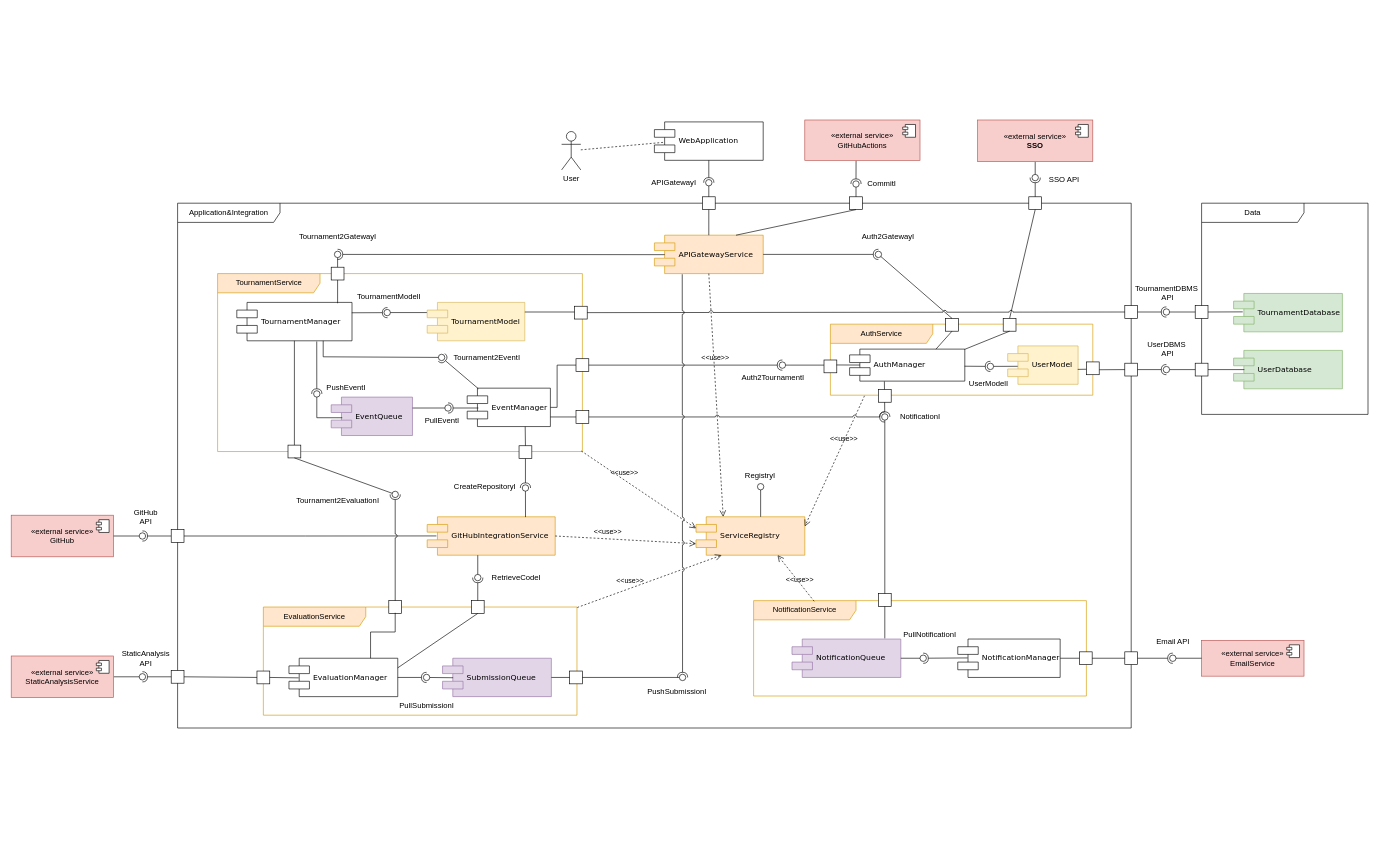
TommasoCapacci/SEII-2024-Capacci-Ginestroni keeps this draw.io diagram as DD/Diagrams/component_diagram.drawio. Above is the earlier version. Source tidied: cells renumbered, new cells numbered last; positions are measured from the earlier drawing's top-left corner, leaving out a move shared by most shapes. Both pictures are drawn from the tidied source at 64%, with x=0, y=0 at pixel (11, 11).
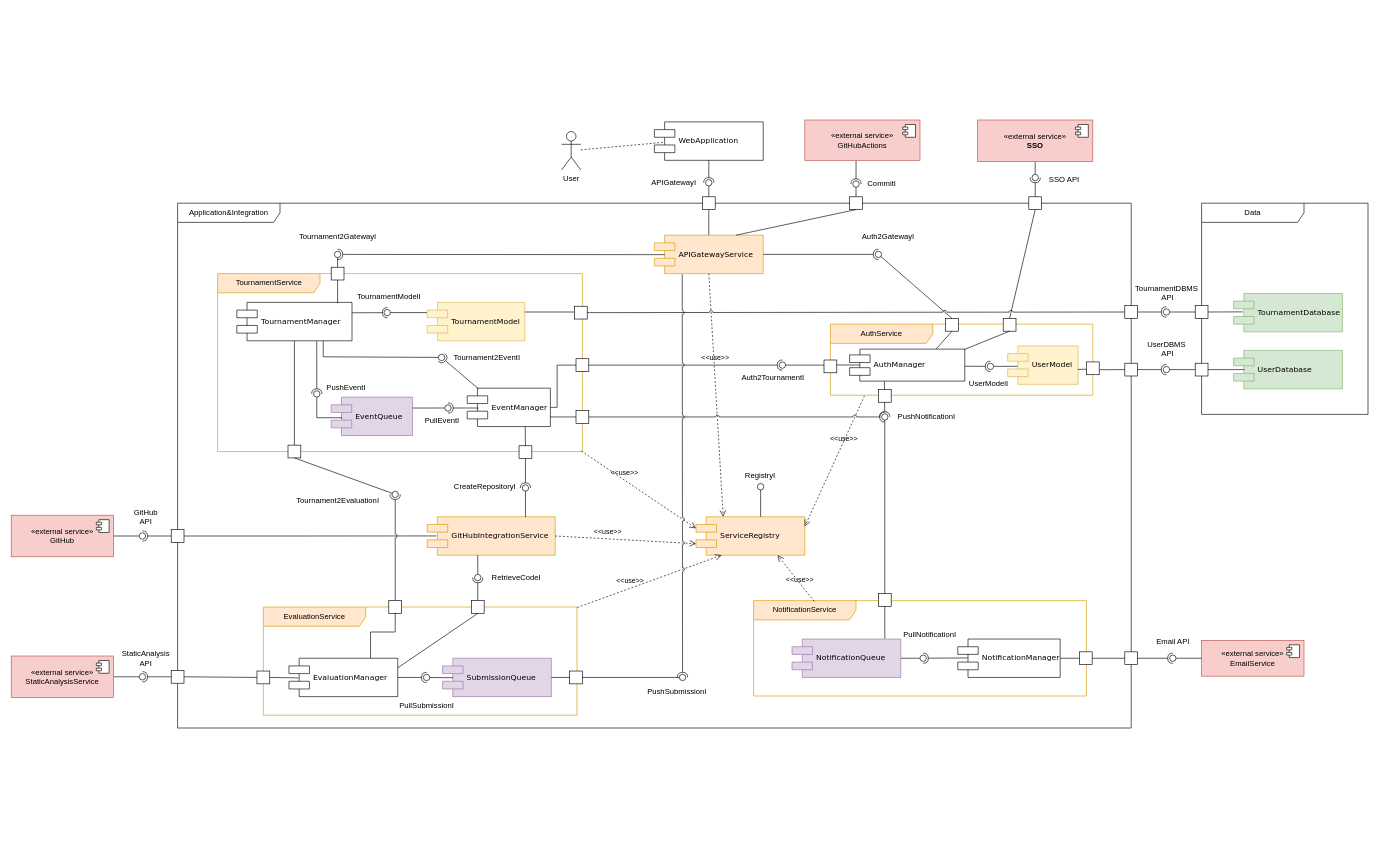
Above is the later version.

Commit message (it also covers changes not shown here):
changed interface name

Unchanged cells that the change refers to:
```xml
<mxCell id="3" value="Application&amp;amp;Integration" style="shape=umlFrame;whiteSpace=wrap;html=1;width=160;" parent="1" vertex="1">
  <mxGeometry x="260" y="300" width="1490" height="820" as="geometry" />
</mxCell>
```

What changed in the source:
```diff
@@
-    <mxCell id="113" value="NotificationI" style="text;html=1;align=center;verticalAlign=middle;strokeColor=none;fillColor=none;" parent="3" vertex="1">
-      <mxGeometry x="1115" y="319" width="90" height="30" as="geometry" />
+    <mxCell id="113" value="PushNotificationI" style="text;html=1;align=center;verticalAlign=middle;strokeColor=none;fillColor=none;" parent="3" vertex="1">
+      <mxGeometry x="1115" y="319" width="110" height="30" as="geometry" />
     </mxCell>
```
